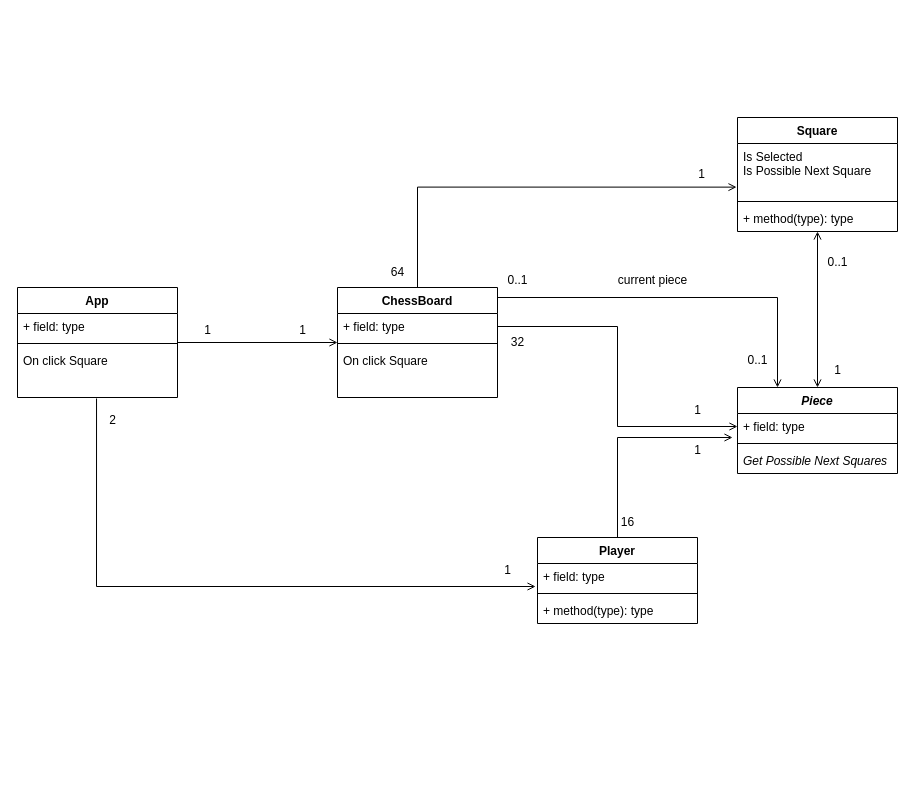
The draw.io diagram docs/class-diagram.drawio in AitorMelero/chess-game, before the edit. Source tidied: cells renumbered, new cells numbered last; positions are measured from the earlier drawing's top-left corner, leaving out a move shared by most shapes. Both pictures are drawn from the tidied source at 100%, with x=0, y=0 at pixel (17, 117).
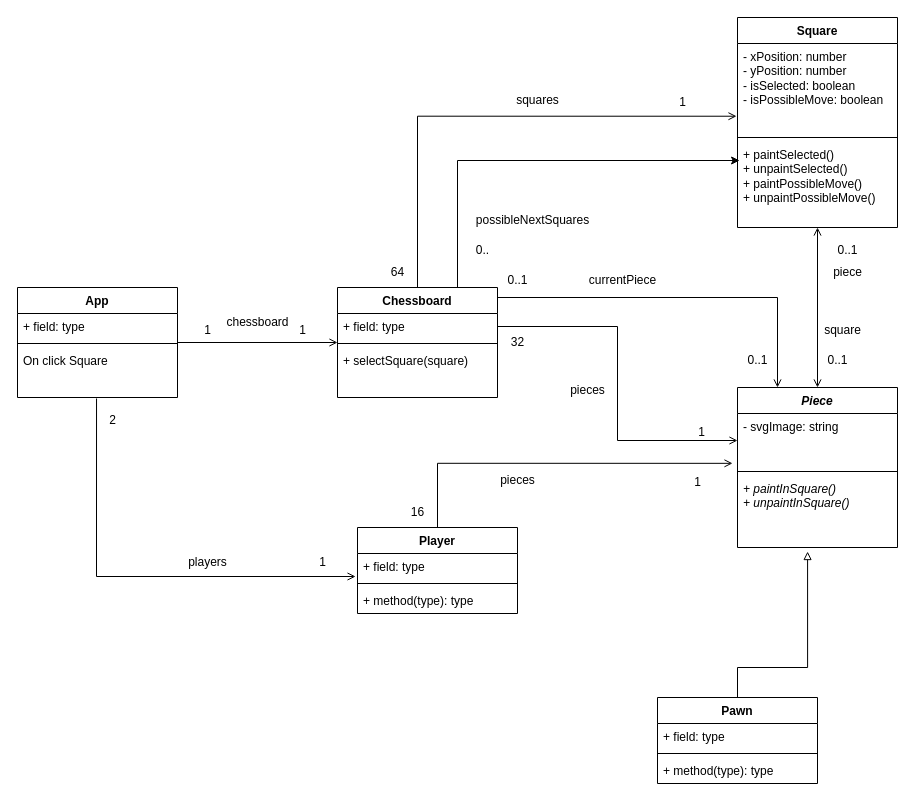
Above is the later version.

Commit message (it also covers changes not shown here):
Doc: Incluir diagrama de clases para realizar el movimiento base de las piezas

What changed in the source:
```diff
@@
-    <mxCell id="3" value="ChessBoard" style="swimlane;fontStyle=1;align=center;verticalAlign=top;horizontal=1;startSize=26;whiteSpace=wrap;html=1;" parent="1" vertex="1">
+    <mxCell id="3" value="Chessboard" style="swimlane;fontStyle=1;align=center;verticalAlign=top;horizontal=1;startSize=26;whiteSpace=wrap;html=1;" parent="1" vertex="1">
       <mxGeometry x="320" y="170" width="160" height="110" as="geometry" />
     </mxCell>
@@
-    <mxCell id="6" value="On click Square" style="text;strokeColor=none;fillColor=none;align=left;verticalAlign=top;spacingLeft=4;spacingRight=4;overflow=hidden;whiteSpace=wrap;html=1;" parent="3" vertex="1">
+    <mxCell id="6" value="+ selectSquare(square)" style="text;strokeColor=none;fillColor=none;align=left;verticalAlign=top;spacingLeft=4;spacingRight=4;overflow=hidden;whiteSpace=wrap;html=1;" parent="3" vertex="1">
       <mxGeometry y="60" width="160" height="50" as="geometry" />
     </mxCell>
@@
     <mxCell id="8" value="Square" style="swimlane;fontStyle=1;align=center;verticalAlign=top;horizontal=1;startSize=26;whiteSpace=wrap;html=1;" parent="1" vertex="1">
-      <mxGeometry x="720" width="160" height="114" as="geometry" />
+      <mxGeometry x="720" y="-100" width="160" height="210" as="geometry" />
     </mxCell>
-    <mxCell id="9" value="Is Selected&lt;br&gt;Is Possible Next Square" style="text;strokeColor=none;fillColor=none;align=left;verticalAlign=top;spacingLeft=4;spacingRight=4;overflow=hidden;points=[[0,0.5],[1,0.5]];portConstraint=eastwest;whiteSpace=wrap;html=1;" parent="8" vertex="1">
-      <mxGeometry y="26" width="160" height="54" as="geometry" />
+    <mxCell id="9" value="- xPosition: number&lt;br&gt;- yPosition: number&lt;br&gt;- isSelected: boolean&lt;br&gt;- isPossibleMove: boolean" style="text;strokeColor=none;fillColor=none;align=left;verticalAlign=top;spacingLeft=4;spacingRight=4;overflow=hidden;points=[[0,0.5],[1,0.5]];portConstraint=eastwest;whiteSpace=wrap;html=1;" parent="8" vertex="1">
+      <mxGeometry y="26" width="160" height="90" as="geometry" />
     </mxCell>
     <mxCell id="10" style="line;strokeWidth=1;fillColor=none;align=left;verticalAlign=middle;spacingTop=-1;spacingLeft=3;spacingRight=3;labelPosition=right;strokeColor=inherit;" parent="8" vertex="1">
-      <mxGeometry y="80" width="160" height="8" as="geometry" />
+      <mxGeometry y="116" width="160" height="8" as="geometry" />
     </mxCell>
-    <mxCell id="11" value="+ method(type): type" style="text;strokeColor=none;fillColor=none;align=left;verticalAlign=top;spacingLeft=4;spacingRight=4;overflow=hidden;points=[[0,0.5],[1,0.5]];portConstraint=eastwest;whiteSpace=wrap;html=1;" parent="8" vertex="1">
-      <mxGeometry y="88" width="160" height="26" as="geometry" />
+    <mxCell id="11" value="+ paintSelected()&lt;br&gt;+ unpaintSelected()&lt;br&gt;+ paintPossibleMove()&lt;br&gt;+ unpaintPossibleMove()" style="text;strokeColor=none;fillColor=none;align=left;verticalAlign=top;spacingLeft=4;spacingRight=4;overflow=hidden;points=[[0,0.5],[1,0.5]];portConstraint=eastwest;whiteSpace=wrap;html=1;" parent="8" vertex="1">
+      <mxGeometry y="124" width="160" height="86" as="geometry" />
     </mxCell>
@@
     <mxCell id="14" value="1" style="text;html=1;align=center;verticalAlign=middle;strokeColor=none;fillColor=none;" parent="1" vertex="1">
-      <mxGeometry x="669" y="42" width="30" height="30" as="geometry" />
+      <mxGeometry x="650" y="-30" width="30" height="30" as="geometry" />
     </mxCell>
     <mxCell id="15" value="&lt;i&gt;Piece&lt;/i&gt;" style="swimlane;fontStyle=1;align=center;verticalAlign=top;horizontal=1;startSize=26;whiteSpace=wrap;html=1;" parent="1" vertex="1">
-      <mxGeometry x="720" y="270" width="160" height="86" as="geometry" />
+      <mxGeometry x="720" y="270" width="160" height="160" as="geometry" />
     </mxCell>
-    <mxCell id="16" value="+ field: type" style="text;strokeColor=none;fillColor=none;align=left;verticalAlign=top;spacingLeft=4;spacingRight=4;overflow=hidden;points=[[0,0.5],[1,0.5]];portConstraint=eastwest;whiteSpace=wrap;html=1;" parent="15" vertex="1">
-      <mxGeometry y="26" width="160" height="26" as="geometry" />
+    <mxCell id="16" value="- svgImage: string&lt;br&gt;" style="text;strokeColor=none;fillColor=none;align=left;verticalAlign=top;spacingLeft=4;spacingRight=4;overflow=hidden;points=[[0,0.5],[1,0.5]];portConstraint=eastwest;whiteSpace=wrap;html=1;" parent="15" vertex="1">
+      <mxGeometry y="26" width="160" height="54" as="geometry" />
     </mxCell>
     <mxCell id="17" style="line;strokeWidth=1;fillColor=none;align=left;verticalAlign=middle;spacingTop=-1;spacingLeft=3;spacingRight=3;labelPosition=right;strokeColor=inherit;" parent="15" vertex="1">
-      <mxGeometry y="52" width="160" height="8" as="geometry" />
+      <mxGeometry y="80" width="160" height="8" as="geometry" />
     </mxCell>
-    <mxCell id="18" value="&lt;i&gt;Get Possible Next Squares&lt;/i&gt;" style="text;strokeColor=none;fillColor=none;align=left;verticalAlign=top;spacingLeft=4;spacingRight=4;overflow=hidden;points=[[0,0.5],[1,0.5]];portConstraint=eastwest;whiteSpace=wrap;html=1;" parent="15" vertex="1">
-      <mxGeometry y="60" width="160" height="26" as="geometry" />
+    <mxCell id="18" value="&lt;i&gt;+ paintInSquare()&lt;br&gt;+ unpaintInSquare()&lt;br&gt;&lt;/i&gt;" style="text;strokeColor=none;fillColor=none;align=left;verticalAlign=top;spacingLeft=4;spacingRight=4;overflow=hidden;points=[[0,0.5],[1,0.5]];portConstraint=eastwest;whiteSpace=wrap;html=1;" parent="15" vertex="1">
+      <mxGeometry y="88" width="160" height="72" as="geometry" />
     </mxCell>
@@
     <mxCell id="21" value="1" style="text;html=1;align=center;verticalAlign=middle;strokeColor=none;fillColor=none;" parent="1" vertex="1">
-      <mxGeometry x="665" y="278" width="30" height="30" as="geometry" />
+      <mxGeometry x="669" y="300" width="30" height="30" as="geometry" />
     </mxCell>
     <mxCell id="22" value="Player" style="swimlane;fontStyle=1;align=center;verticalAlign=top;horizontal=1;startSize=26;whiteSpace=wrap;html=1;" parent="1" vertex="1">
-      <mxGeometry x="520" y="420" width="160" height="86" as="geometry" />
+      <mxGeometry x="340" y="410" width="160" height="86" as="geometry" />
     </mxCell>
@@
     <mxCell id="28" value="1" style="text;html=1;align=center;verticalAlign=middle;strokeColor=none;fillColor=none;" parent="1" vertex="1">
-      <mxGeometry x="475" y="438" width="30" height="30" as="geometry" />
+      <mxGeometry x="290" y="430" width="30" height="30" as="geometry" />
     </mxCell>
@@
     <mxCell id="30" value="16" style="text;html=1;align=center;verticalAlign=middle;strokeColor=none;fillColor=none;" parent="1" vertex="1">
-      <mxGeometry x="590" y="390" width="40" height="30" as="geometry" />
+      <mxGeometry x="380" y="380" width="40" height="30" as="geometry" />
     </mxCell>
     <mxCell id="31" value="1" style="text;html=1;align=center;verticalAlign=middle;strokeColor=none;fillColor=none;" parent="1" vertex="1">
-      <mxGeometry x="665" y="318" width="30" height="30" as="geometry" />
+      <mxGeometry x="665" y="350" width="30" height="30" as="geometry" />
     </mxCell>
     <mxCell id="32" value="0..1" style="text;html=1;align=center;verticalAlign=middle;strokeColor=none;fillColor=none;" parent="1" vertex="1">
-      <mxGeometry x="800" y="130" width="40" height="30" as="geometry" />
+      <mxGeometry x="810" y="118" width="40" height="30" as="geometry" />
     </mxCell>
-    <mxCell id="33" value="1" style="text;html=1;align=center;verticalAlign=middle;strokeColor=none;fillColor=none;" parent="1" vertex="1">
-      <mxGeometry x="805" y="238" width="30" height="30" as="geometry" />
+    <mxCell id="33" value="0..1" style="text;html=1;align=center;verticalAlign=middle;strokeColor=none;fillColor=none;" parent="1" vertex="1">
+      <mxGeometry x="800" y="228" width="40" height="30" as="geometry" />
     </mxCell>
@@
-    <mxCell id="36" value="current piece" style="text;html=1;align=center;verticalAlign=middle;strokeColor=none;fillColor=none;" parent="1" vertex="1">
-      <mxGeometry x="590" y="148" width="90" height="30" as="geometry" />
+    <mxCell id="36" value="currentPiece" style="text;html=1;align=center;verticalAlign=middle;strokeColor=none;fillColor=none;" parent="1" vertex="1">
+      <mxGeometry x="560" y="148" width="90" height="30" as="geometry" />
     </mxCell>
@@
+    <mxCell id="44" value="Pawn" style="swimlane;fontStyle=1;align=center;verticalAlign=top;horizontal=1;startSize=26;whiteSpace=wrap;html=1;" parent="1" vertex="1">
+      <mxGeometry x="640" y="580" width="160" height="86" as="geometry" />
+    </mxCell>
+    <mxCell id="45" value="+ field: type" style="text;strokeColor=none;fillColor=none;align=left;verticalAlign=top;spacingLeft=4;spacingRight=4;overflow=hidden;whiteSpace=wrap;html=1;" parent="44" vertex="1">
+      <mxGeometry y="26" width="160" height="26" as="geometry" />
+    </mxCell>
+    <mxCell id="46" style="line;strokeWidth=1;fillColor=none;align=left;verticalAlign=middle;spacingTop=-1;spacingLeft=3;spacingRight=3;labelPosition=right;strokeColor=inherit;" parent="44" vertex="1">
+      <mxGeometry y="52" width="160" height="8" as="geometry" />
+    </mxCell>
+    <mxCell id="47" value="+ method(type): type" style="text;strokeColor=none;fillColor=none;align=left;verticalAlign=top;spacingLeft=4;spacingRight=4;overflow=hidden;whiteSpace=wrap;html=1;" parent="44" vertex="1">
+      <mxGeometry y="60" width="160" height="26" as="geometry" />
+    </mxCell>
+    <mxCell id="48" style="edgeStyle=orthogonalEdgeStyle;rounded=0;jettySize=auto;html=1;endArrow=block;endFill=0;entryX=0.438;entryY=1.056;entryDx=0;entryDy=0;entryPerimeter=0;" parent="1" edge="1" source="44" target="18">
+      <mxGeometry relative="1" as="geometry">
+        <Array as="points">
+          <mxPoint x="720" y="550" />
+          <mxPoint x="790" y="550" />
+        </Array>
+      </mxGeometry>
+    </mxCell>
+    <mxCell id="49" value="squares" style="text;html=1;align=center;verticalAlign=middle;strokeColor=none;fillColor=none;" parent="1" vertex="1">
+      <mxGeometry x="485" y="-32" width="70" height="30" as="geometry" />
+    </mxCell>
+    <mxCell id="50" value="chessboard" style="text;html=1;align=center;verticalAlign=middle;strokeColor=none;fillColor=none;" parent="1" vertex="1">
+      <mxGeometry x="195" y="190" width="90" height="30" as="geometry" />
+    </mxCell>
+    <mxCell id="51" value="pieces" style="text;html=1;align=center;verticalAlign=middle;strokeColor=none;fillColor=none;" parent="1" vertex="1">
+      <mxGeometry x="540" y="258" width="60" height="30" as="geometry" />
+    </mxCell>
+    <mxCell id="52" value="pieces" style="text;html=1;align=center;verticalAlign=middle;strokeColor=none;fillColor=none;" parent="1" vertex="1">
+      <mxGeometry x="470" y="348" width="60" height="30" as="geometry" />
+    </mxCell>
+    <mxCell id="53" value="players" style="text;html=1;align=center;verticalAlign=middle;strokeColor=none;fillColor=none;" parent="1" vertex="1">
+      <mxGeometry x="160" y="430" width="60" height="30" as="geometry" />
+    </mxCell>
+    <mxCell id="54" value="piece" style="text;html=1;align=center;verticalAlign=middle;strokeColor=none;fillColor=none;" parent="1" vertex="1">
+      <mxGeometry x="805" y="140" width="50" height="30" as="geometry" />
+    </mxCell>
+    <mxCell id="55" value="square" style="text;html=1;align=center;verticalAlign=middle;strokeColor=none;fillColor=none;" parent="1" vertex="1">
+      <mxGeometry x="795" y="198" width="60" height="30" as="geometry" />
+    </mxCell>
+    <mxCell id="56" value="0.." style="text;html=1;align=center;verticalAlign=middle;strokeColor=none;fillColor=none;" parent="1" vertex="1">
+      <mxGeometry x="445" y="118" width="40" height="30" as="geometry" />
+    </mxCell>
+    <mxCell id="57" value="possibleNextSquares" style="text;html=1;align=center;verticalAlign=middle;strokeColor=none;fillColor=none;" parent="1" vertex="1">
+      <mxGeometry x="445" y="88" width="140" height="30" as="geometry" />
+    </mxCell>
+    <mxCell id="58" style="edgeStyle=orthogonalEdgeStyle;rounded=0;jettySize=auto;html=1;exitX=0.75;exitY=0;exitDx=0;exitDy=0;entryX=0.013;entryY=0.221;entryDx=0;entryDy=0;entryPerimeter=0;" parent="1" edge="1" source="3" target="11">
+      <mxGeometry relative="1" as="geometry" />
+    </mxCell>
```
